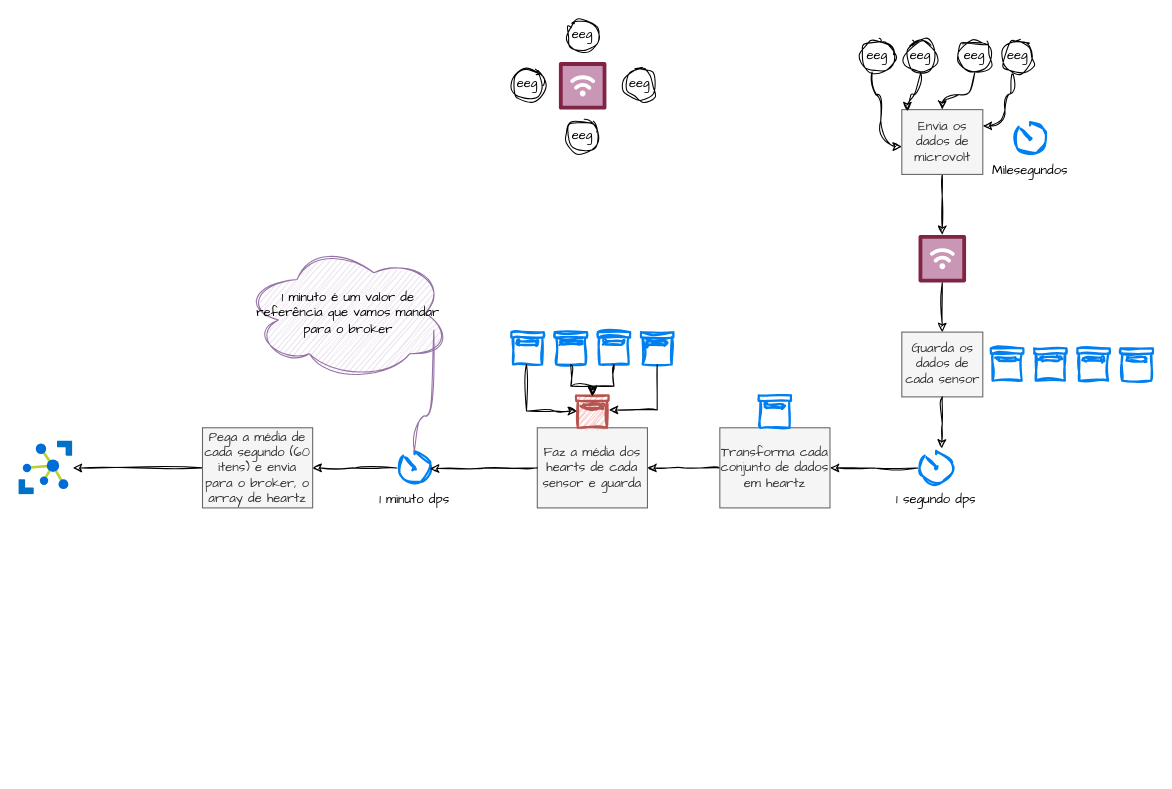
Before: simulator-v2/Untitled Diagram.drawio in South-s-Eagles/EEG-Sensor, a draw.io diagram. Source tidied: cells renumbered, new cells numbered last; positions are measured from the earlier drawing's top-left corner, leaving out a move shared by most shapes. Both pictures are drawn from the tidied source at 108%, with x=0, y=0 at pixel (18, 18).
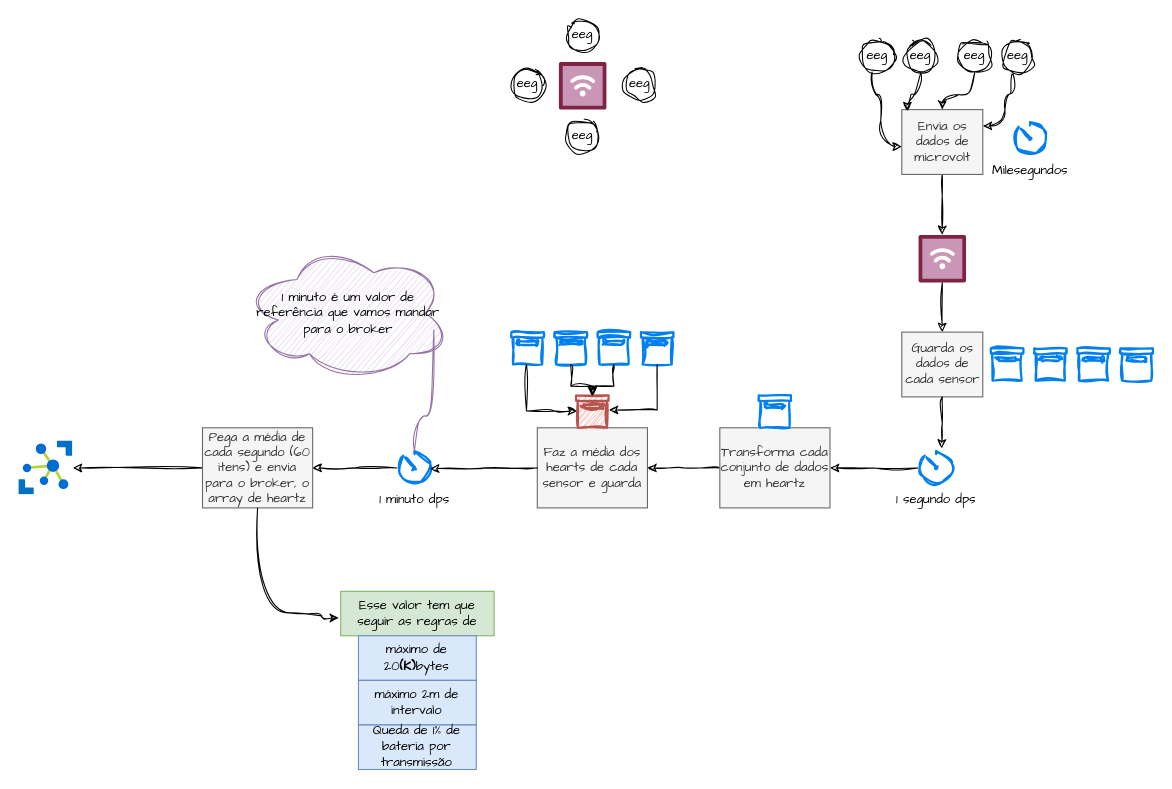
Above is the later version.

Unchanged cells that the change refers to:
```xml
<mxCell id="43" value="Pega a média de cada segundo (60 itens) e envia para o broker, o array de heartz" style="rounded=0;whiteSpace=wrap;html=1;hachureGap=4;fontFamily=Architects Daughter;fillColor=#f5f5f5;fontColor=#333333;strokeColor=#666666;" parent="1" vertex="1">
  <mxGeometry x="170" y="378.6" width="102" height="74.2" as="geometry" />
</mxCell>
```

Diff of the diagram source:
```diff
@@
+    <mxCell id="49" value="Esse valor tem que seguir as regras de" style="rounded=0;whiteSpace=wrap;html=1;hachureGap=4;fontFamily=Architects Daughter;fillColor=#d5e8d4;strokeColor=#82b366;" parent="1" vertex="1">
+      <mxGeometry x="298" y="530" width="142" height="41.2" as="geometry" />
+    </mxCell>
+    <mxCell id="50" style="edgeStyle=orthogonalEdgeStyle;rounded=0;sketch=1;hachureGap=4;jiggle=2;curveFitting=1;jettySize=auto;html=1;entryX=-0.012;entryY=0.601;entryDx=0;entryDy=0;entryPerimeter=0;fontFamily=Architects Daughter;curved=1;" parent="1" edge="1" source="43" target="49">
+      <mxGeometry relative="1" as="geometry">
+        <Array as="points">
+          <mxPoint x="221" y="550" />
+          <mxPoint x="280" y="550" />
+          <mxPoint x="280" y="555" />
+        </Array>
+      </mxGeometry>
+    </mxCell>
+    <mxCell id="51" value="máximo de 20&lt;b&gt;(K)&lt;/b&gt;bytes" style="rounded=0;whiteSpace=wrap;html=1;hachureGap=4;fontFamily=Architects Daughter;fillColor=#dae8fc;strokeColor=#6c8ebf;" parent="1" vertex="1">
+      <mxGeometry x="314.4" y="571.2" width="109.1" height="41.2" as="geometry" />
+    </mxCell>
+    <mxCell id="52" value="máximo 2m de intervalo" style="rounded=0;whiteSpace=wrap;html=1;hachureGap=4;fontFamily=Architects Daughter;fillColor=#dae8fc;strokeColor=#6c8ebf;" parent="1" vertex="1">
+      <mxGeometry x="314.4" y="612.5" width="109.1" height="41.2" as="geometry" />
+    </mxCell>
+    <mxCell id="53" value="Queda de 1% de bateria por transmissão" style="rounded=0;whiteSpace=wrap;html=1;hachureGap=4;fontFamily=Architects Daughter;fillColor=#dae8fc;strokeColor=#6c8ebf;" parent="1" vertex="1">
+      <mxGeometry x="314.4" y="653.8" width="109.1" height="41.2" as="geometry" />
+    </mxCell>
```
